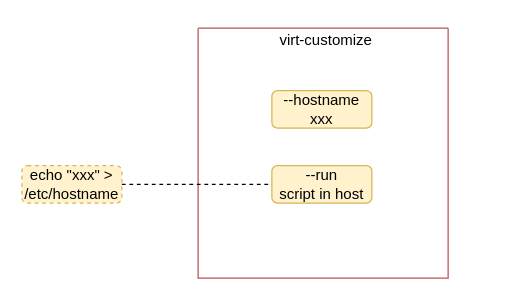
Above: page "修改主机名" (4 of 5) of docs/tips/drawio/kvm.drawio in ShaoOrg/bulletin (draw.io), before the change. Source tidied: cells renumbered, new cells numbered last; positions are measured from the earlier drawing's top-left corner, leaving out a move shared by most shapes. Both pictures are drawn from the tidied source at 125%, with x=0, y=0 at pixel (21, 21).
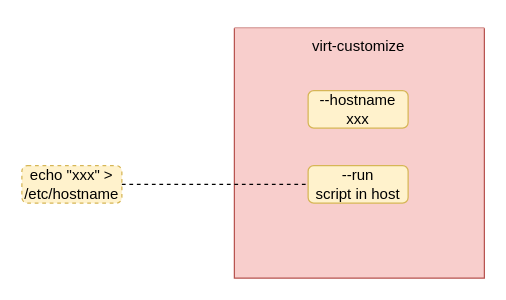
The same diagram, later.

Change to the diagram source:
```diff
@@
 <mxGraphModel>
   <root>
     <mxCell id="0" />
     <mxCell id="1" parent="0" />
-    <mxCell id="2" value="--run&lt;br&gt;script in host" style="rounded=1;whiteSpace=wrap;html=1;fillColor=#fff2cc;strokeColor=#d6b656;" parent="1" vertex="1">
-      <mxGeometry x="200" y="115" width="80" height="30" as="geometry" />
-    </mxCell>
     <mxCell id="3" value="echo &quot;xxx&quot; &amp;gt; /etc/hostname" style="rounded=1;whiteSpace=wrap;html=1;fillColor=#fff2cc;strokeColor=#d6b656;dashed=1;" parent="1" vertex="1">
       <mxGeometry y="115" width="80" height="30" as="geometry" />
     </mxCell>
-    <mxCell id="4" style="swimlane;startSize=0;fillColor=#f8cecc;strokeColor=#b85450;" parent="1" vertex="1">
-      <mxGeometry x="141" y="5" width="200" height="200" as="geometry" />
+    <mxCell id="4" style="swimlane;startSize=0;fillColor=#f8cecc;strokeColor=#b85450;swimlaneFillColor=#F8CECC;" parent="1" vertex="1">
+      <mxGeometry x="170" y="5" width="200" height="200" as="geometry" />
     </mxCell>
     <mxCell id="5" value="--hostname xxx" style="rounded=1;whiteSpace=wrap;html=1;fillColor=#fff2cc;strokeColor=#d6b656;" parent="4" vertex="1">
       <mxGeometry x="59" y="50" width="80" height="30" as="geometry" />
     </mxCell>
+    <mxCell id="2" value="--run&lt;br&gt;script in host" style="rounded=1;whiteSpace=wrap;html=1;fillColor=#fff2cc;strokeColor=#d6b656;" parent="4" vertex="1">
+      <mxGeometry x="59" y="110" width="80" height="30" as="geometry" />
+    </mxCell>
-    <mxCell id="6" value="virt-customize" style="text;html=1;align=center;verticalAlign=middle;strokeColor=none;fillColor=none;" parent="1" vertex="1">
-      <mxGeometry x="193" width="100" height="30" as="geometry" />
+    <mxCell id="6" value="virt-customize" style="text;html=1;align=center;verticalAlign=middle;strokeColor=none;fillColor=none;" parent="4" vertex="1">
+      <mxGeometry x="49" width="100" height="30" as="geometry" />
     </mxCell>
     <mxCell id="7" style="endArrow=none;dashed=1;html=1;exitX=1;exitY=0.5;exitDx=0;exitDy=0;" parent="1" edge="1" source="3" target="2">
       <mxGeometry relative="1" as="geometry" />
     </mxCell>
   </root>
 </mxGraphModel>
```
